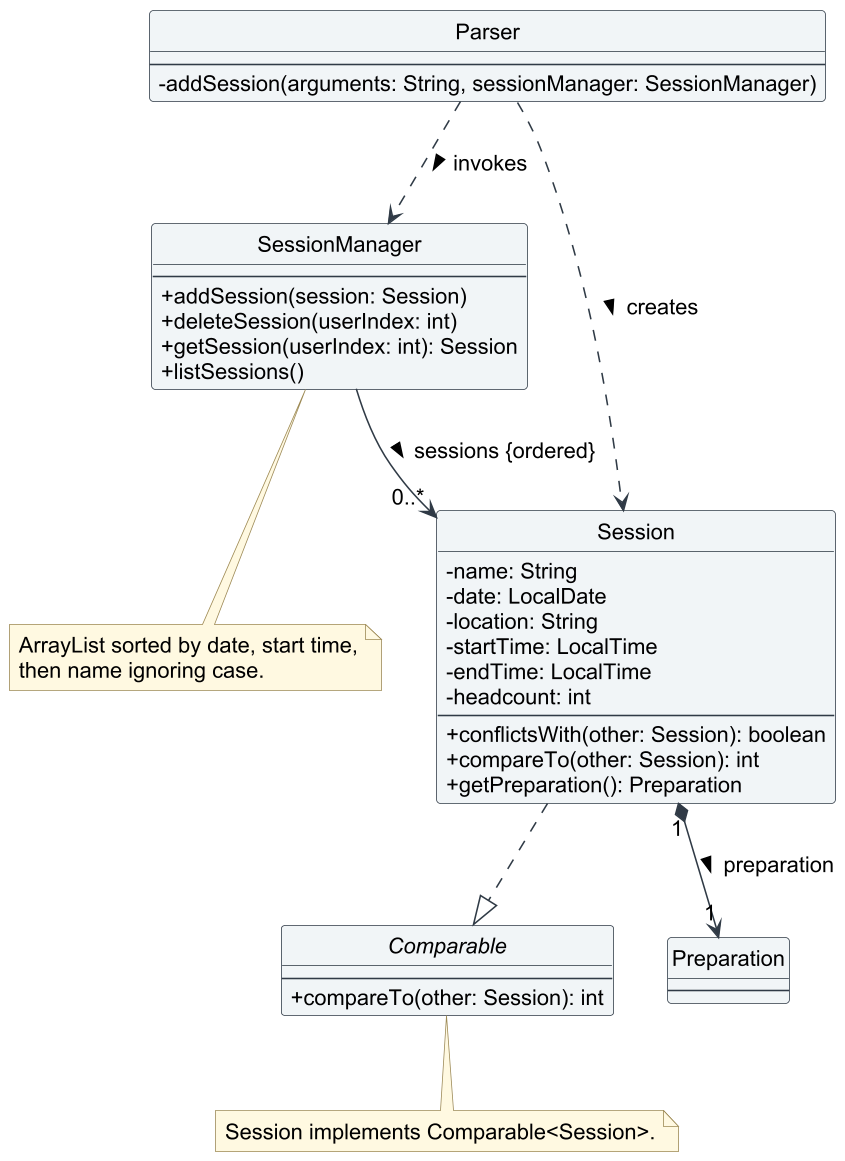
The PlantUML diagram docs/images/lab-session-scheduling-dg.png in AY2627S1-CS2113-T11-3/tp, before a commit.
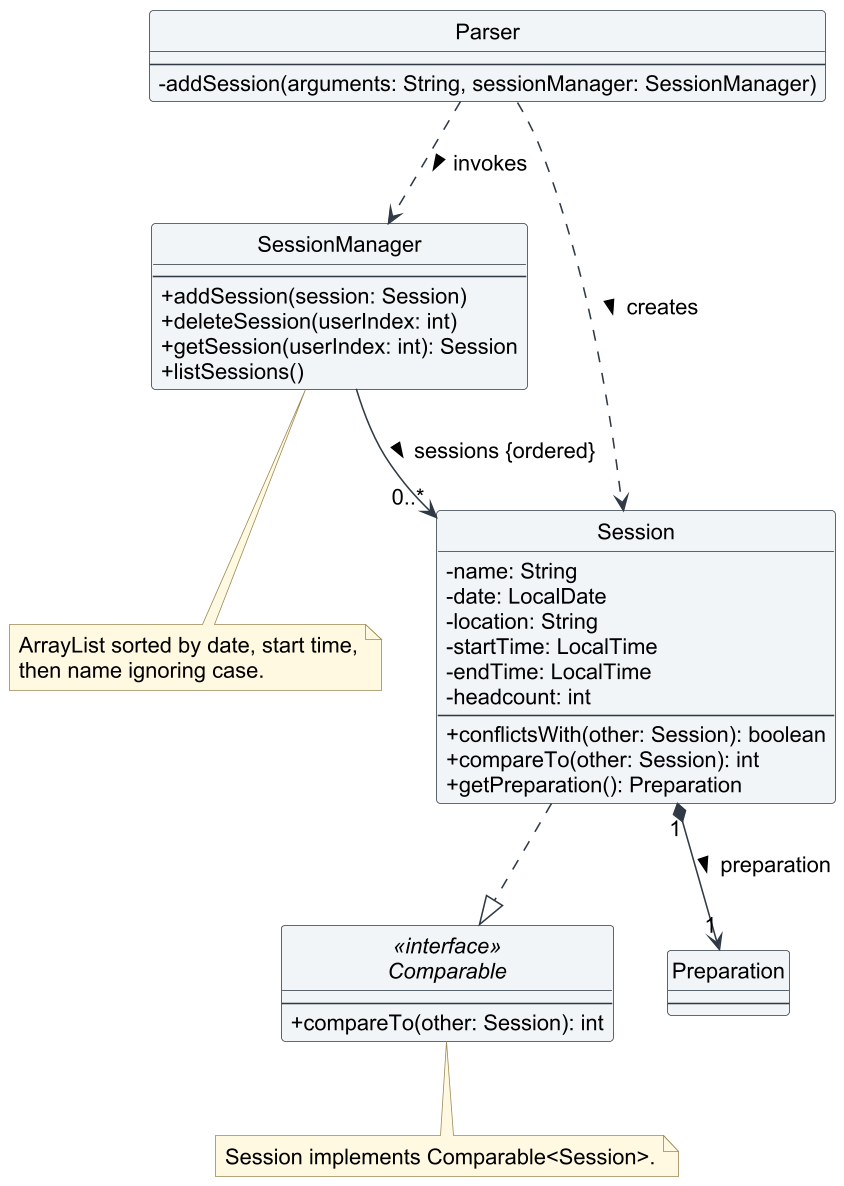
The same diagram one commit later.

What changed in the source:
```diff
@@ -24,7 +24,7 @@
     {field} +compareTo(other: Session): int
     {field} +getPreparation(): Preparation
 }
-interface Comparable {
+interface Comparable <<interface>> {
     --
     {field} +compareTo(other: Session): int
 }
```
